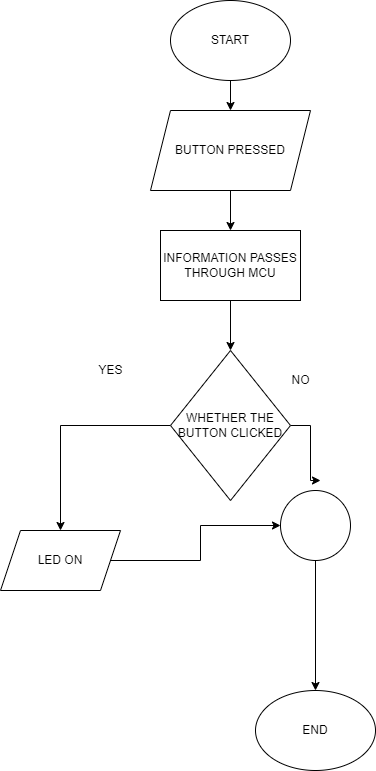
This is 2_Design/FLOW CHART.png from MohanBabuS/M3_Control_Of_Wiper_System, a draw.io export, as it was before one commit. Source tidied: cells renumbered, new cells last; positions are measured from the earlier drawing's top-left corner, leaving out a move shared by most shapes.
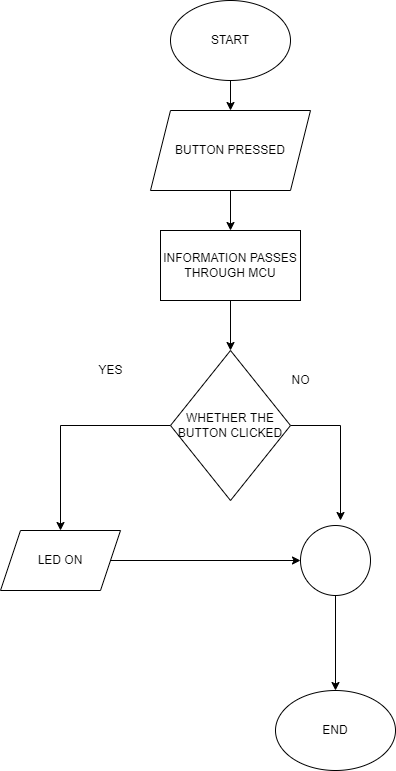
Above is the later version.

Change to the diagram source:
```diff
@@ -23,11 +23,11 @@
     <mxCell id="8" style="edgeStyle=orthogonalEdgeStyle;rounded=0;jettySize=auto;html=1;" parent="1" edge="1" source="10" target="12">
       <mxGeometry relative="1" as="geometry" />
     </mxCell>
-    <mxCell id="9" style="edgeStyle=orthogonalEdgeStyle;rounded=0;jettySize=auto;html=1;" parent="1" edge="1" source="10">
-      <mxGeometry relative="1" as="geometry">
-        <mxPoint x="320" y="480" as="targetPoint" />
-      </mxGeometry>
-    </mxCell>
+    <mxCell id="18" style="edgeStyle=orthogonalEdgeStyle;rounded=0;jettySize=auto;html=1;" parent="1" edge="1" source="10">
+      <mxGeometry relative="1" as="geometry">
+        <mxPoint x="340" y="520" as="targetPoint" />
+      </mxGeometry>
+    </mxCell>
     <mxCell id="10" value="WHETHER THE BUTTON CLICKED" style="rhombus;whiteSpace=wrap;html=1;" parent="1" vertex="1">
       <mxGeometry x="170" y="350" width="120" height="150" as="geometry" />
     </mxCell>
@@ -41,7 +41,7 @@
       <mxGeometry relative="1" as="geometry" />
     </mxCell>
     <mxCell id="14" style="ellipse;whiteSpace=wrap;html=1;" parent="1" vertex="1">
-      <mxGeometry x="280" y="490" width="70" height="70" as="geometry" />
+      <mxGeometry x="300" y="525" width="70" height="70" as="geometry" />
     </mxCell>
     <mxCell id="15" value="YES" style="text;html=1;align=center;verticalAlign=middle;strokeColor=none;fillColor=none;" parent="1" vertex="1">
       <mxGeometry x="90" y="360" width="40" height="20" as="geometry" />
@@ -50,7 +50,7 @@
       <mxGeometry x="285" y="370" width="30" height="20" as="geometry" />
     </mxCell>
     <mxCell id="17" value="END" style="ellipse;whiteSpace=wrap;html=1;" parent="1" vertex="1">
-      <mxGeometry x="255" y="690" width="120" height="80" as="geometry" />
+      <mxGeometry x="275" y="690" width="120" height="80" as="geometry" />
     </mxCell>
   </root>
 </mxGraphModel>
```
